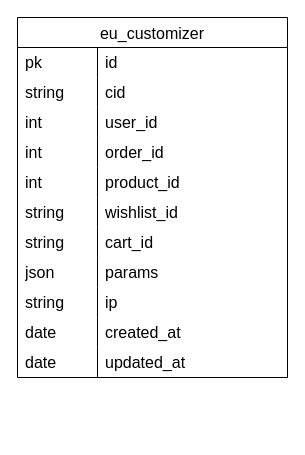
Before: DB.drawio in alexdev5/wp-freecalc, a draw.io diagram. Source tidied: cells renumbered, new cells numbered last; positions are measured from the earlier drawing's top-left corner, leaving out a move shared by most shapes. Both pictures are drawn from the tidied source at 100%, with x=0, y=0 at pixel (17, 17).
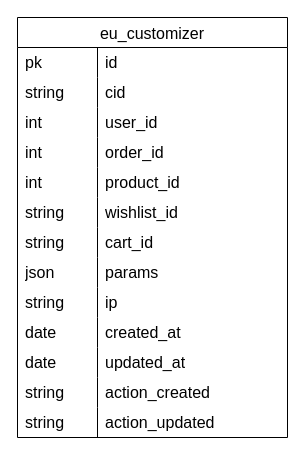
The same page after the edit.

Change to the diagram source:
```diff
@@
     <mxCell id="2" value="eu_customizer" style="shape=table;startSize=30;childLayout=tableLayout;rowLines=0;fontStyle=0;strokeColor=default;fontSize=16;align=center;spacingLeft=0;" parent="1" vertex="1">
-      <mxGeometry width="270" height="360" as="geometry" />
+      <mxGeometry width="270" height="420" as="geometry" />
     </mxCell>
@@
+    <mxCell id="36" style="shape=tableRow;horizontal=0;startSize=0;swimlaneHead=0;swimlaneBody=0;top=0;left=0;bottom=0;right=0;fillColor=none;strokeColor=inherit;fontSize=16;align=left;spacingLeft=6;" parent="2" vertex="1">
+      <mxGeometry y="360" width="270" height="30" as="geometry" />
+    </mxCell>
+    <mxCell id="37" value="string" style="shape=partialRectangle;html=1;whiteSpace=wrap;fillColor=none;top=0;left=0;bottom=0;right=0;overflow=hidden;strokeColor=inherit;fontSize=16;align=left;spacingLeft=6;" parent="36" vertex="1">
+      <mxGeometry width="80" height="30" as="geometry" />
+    </mxCell>
+    <mxCell id="38" value="action_created" style="shape=partialRectangle;html=1;whiteSpace=wrap;fillColor=none;top=0;left=0;bottom=0;right=0;align=left;spacingLeft=6;overflow=hidden;strokeColor=inherit;fontSize=16;" parent="36" vertex="1">
+      <mxGeometry x="80" width="190" height="30" as="geometry" />
+    </mxCell>
+    <mxCell id="39" style="shape=tableRow;horizontal=0;startSize=0;swimlaneHead=0;swimlaneBody=0;top=0;left=0;bottom=0;right=0;fillColor=none;strokeColor=inherit;fontSize=16;align=left;spacingLeft=6;" parent="2" vertex="1">
+      <mxGeometry y="390" width="270" height="30" as="geometry" />
+    </mxCell>
+    <mxCell id="40" value="string" style="shape=partialRectangle;html=1;whiteSpace=wrap;fillColor=none;top=0;left=0;bottom=0;right=0;overflow=hidden;strokeColor=inherit;fontSize=16;align=left;spacingLeft=6;" parent="39" vertex="1">
+      <mxGeometry width="80" height="30" as="geometry" />
+    </mxCell>
+    <mxCell id="41" value="action_updated" style="shape=partialRectangle;html=1;whiteSpace=wrap;fillColor=none;top=0;left=0;bottom=0;right=0;align=left;spacingLeft=6;overflow=hidden;strokeColor=inherit;fontSize=16;" parent="39" vertex="1">
+      <mxGeometry x="80" width="190" height="30" as="geometry" />
+    </mxCell>
```
